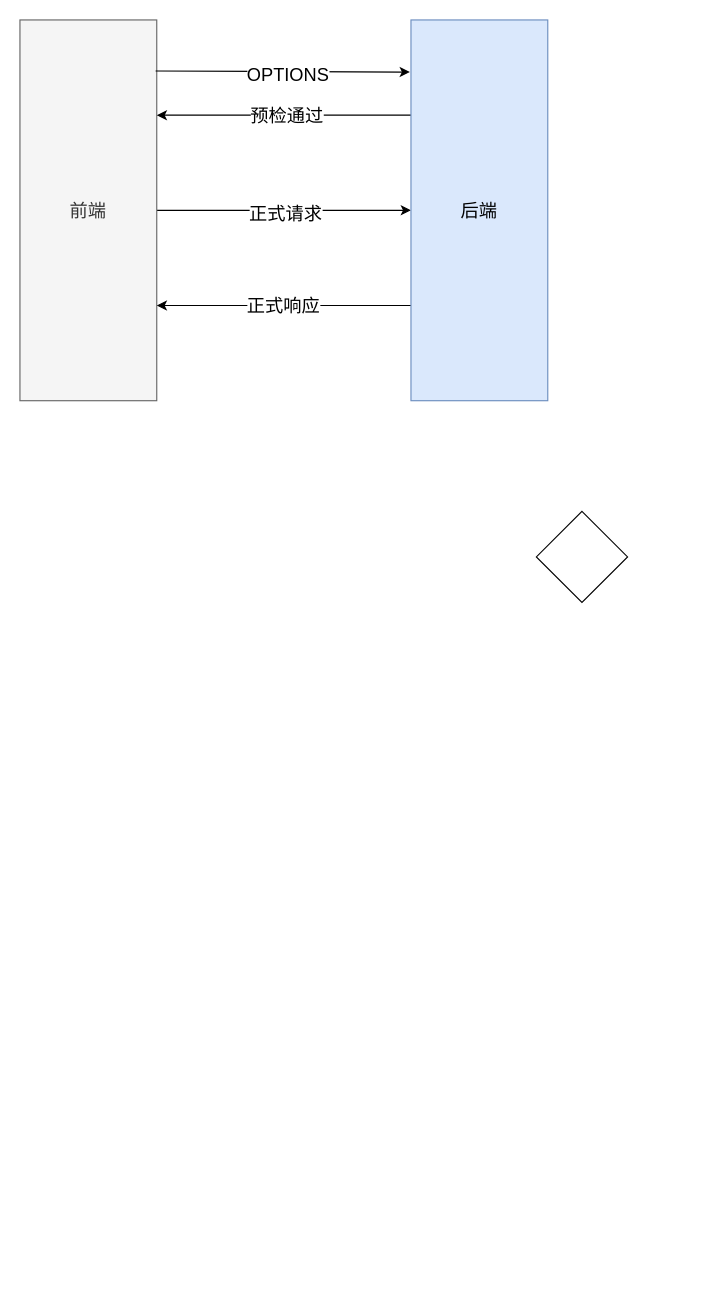
The draw.io diagram page "Page-4" (1 of 4) of Untitled Diagram.drawio in itwanger/drwa.io, before the edit. Source tidied: cells renumbered, new cells numbered last; positions are measured from the earlier drawing's top-left corner, leaving out a move shared by most shapes. Both pictures are drawn from the tidied source at 114%, with x=0, y=0 at pixel (19, 19).
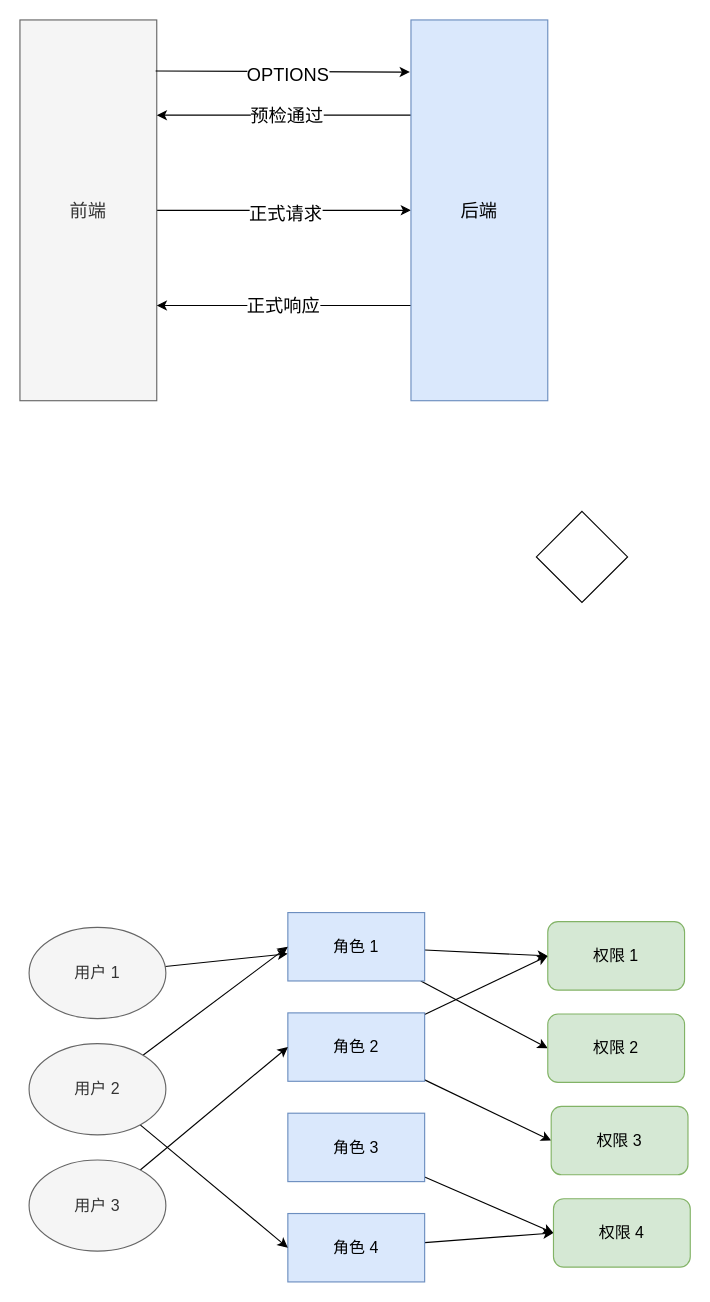
After the change.

What changed in the source:
```diff
@@
+    <mxCell id="13" style="rounded=0;jettySize=auto;html=1;fontSize=14;" parent="1" edge="1" source="14" target="17">
+      <mxGeometry relative="1" as="geometry" />
+    </mxCell>
+    <mxCell id="14" value="用户 1" style="ellipse;whiteSpace=wrap;html=1;fontSize=14;fillColor=#f5f5f5;fontColor=#333333;strokeColor=#666666;" parent="1" vertex="1">
+      <mxGeometry x="8" y="796" width="120" height="80" as="geometry" />
+    </mxCell>
+    <mxCell id="15" style="edgeStyle=none;rounded=0;jettySize=auto;html=1;entryX=0;entryY=0.5;entryDx=0;entryDy=0;fontSize=14;" parent="1" edge="1" source="17" target="18">
+      <mxGeometry relative="1" as="geometry" />
+    </mxCell>
+    <mxCell id="16" style="edgeStyle=none;rounded=0;jettySize=auto;html=1;entryX=0;entryY=0.5;entryDx=0;entryDy=0;fontSize=14;" parent="1" edge="1" source="17" target="26">
+      <mxGeometry relative="1" as="geometry" />
+    </mxCell>
+    <mxCell id="17" value="角色 1" style="rounded=0;whiteSpace=wrap;html=1;fontSize=14;fillColor=#dae8fc;strokeColor=#6c8ebf;" parent="1" vertex="1">
+      <mxGeometry x="235" y="783" width="120" height="60" as="geometry" />
+    </mxCell>
+    <mxCell id="18" value="权限 1" style="rounded=1;whiteSpace=wrap;html=1;fontSize=14;fillColor=#d5e8d4;strokeColor=#82b366;" parent="1" vertex="1">
+      <mxGeometry x="463" y="791" width="120" height="60" as="geometry" />
+    </mxCell>
+    <mxCell id="19" style="edgeStyle=none;rounded=0;jettySize=auto;html=1;entryX=0;entryY=0.5;entryDx=0;entryDy=0;fontSize=14;" parent="1" edge="1" source="21" target="18">
+      <mxGeometry relative="1" as="geometry" />
+    </mxCell>
+    <mxCell id="20" style="edgeStyle=none;rounded=0;jettySize=auto;html=1;entryX=0;entryY=0.5;entryDx=0;entryDy=0;fontSize=14;" parent="1" edge="1" source="21" target="27">
+      <mxGeometry relative="1" as="geometry" />
+    </mxCell>
+    <mxCell id="21" value="角色 2" style="rounded=0;whiteSpace=wrap;html=1;fontSize=14;fillColor=#dae8fc;strokeColor=#6c8ebf;" parent="1" vertex="1">
+      <mxGeometry x="235" y="871" width="120" height="60" as="geometry" />
+    </mxCell>
+    <mxCell id="22" style="edgeStyle=none;rounded=0;jettySize=auto;html=1;entryX=0;entryY=0.5;entryDx=0;entryDy=0;fontSize=14;" parent="1" edge="1" source="23" target="28">
+      <mxGeometry relative="1" as="geometry" />
+    </mxCell>
+    <mxCell id="23" value="角色 3" style="rounded=0;whiteSpace=wrap;html=1;fontSize=14;fillColor=#dae8fc;strokeColor=#6c8ebf;" parent="1" vertex="1">
+      <mxGeometry x="235" y="959" width="120" height="60" as="geometry" />
+    </mxCell>
+    <mxCell id="24" style="edgeStyle=none;rounded=0;jettySize=auto;html=1;entryX=0;entryY=0.5;entryDx=0;entryDy=0;fontSize=14;" parent="1" edge="1" source="25" target="28">
+      <mxGeometry relative="1" as="geometry" />
+    </mxCell>
+    <mxCell id="25" value="角色 4" style="rounded=0;whiteSpace=wrap;html=1;fontSize=14;fillColor=#dae8fc;strokeColor=#6c8ebf;" parent="1" vertex="1">
+      <mxGeometry x="235" y="1047" width="120" height="60" as="geometry" />
+    </mxCell>
+    <mxCell id="26" value="权限 2" style="rounded=1;whiteSpace=wrap;html=1;fontSize=14;fillColor=#d5e8d4;strokeColor=#82b366;" parent="1" vertex="1">
+      <mxGeometry x="463" y="872" width="120" height="60" as="geometry" />
+    </mxCell>
+    <mxCell id="27" value="权限 3" style="rounded=1;whiteSpace=wrap;html=1;fontSize=14;fillColor=#d5e8d4;strokeColor=#82b366;" parent="1" vertex="1">
+      <mxGeometry x="466" y="953" width="120" height="60" as="geometry" />
+    </mxCell>
+    <mxCell id="28" value="权限 4" style="rounded=1;whiteSpace=wrap;html=1;fontSize=14;fillColor=#d5e8d4;strokeColor=#82b366;" parent="1" vertex="1">
+      <mxGeometry x="468" y="1034" width="120" height="60" as="geometry" />
+    </mxCell>
+    <mxCell id="29" style="edgeStyle=none;rounded=0;jettySize=auto;html=1;entryX=0;entryY=0.5;entryDx=0;entryDy=0;fontSize=14;" parent="1" edge="1" source="31" target="17">
+      <mxGeometry relative="1" as="geometry" />
+    </mxCell>
+    <mxCell id="30" style="edgeStyle=none;rounded=0;jettySize=auto;html=1;entryX=0;entryY=0.5;entryDx=0;entryDy=0;fontSize=14;" parent="1" edge="1" source="31" target="25">
+      <mxGeometry relative="1" as="geometry" />
+    </mxCell>
+    <mxCell id="31" value="用户 2" style="ellipse;whiteSpace=wrap;html=1;fontSize=14;fillColor=#f5f5f5;fontColor=#333333;strokeColor=#666666;" parent="1" vertex="1">
+      <mxGeometry x="8" y="898" width="120" height="80" as="geometry" />
+    </mxCell>
+    <mxCell id="32" style="edgeStyle=none;rounded=0;jettySize=auto;html=1;entryX=0;entryY=0.5;entryDx=0;entryDy=0;fontSize=14;" parent="1" edge="1" source="33" target="21">
+      <mxGeometry relative="1" as="geometry" />
+    </mxCell>
+    <mxCell id="33" value="用户 3" style="ellipse;whiteSpace=wrap;html=1;fontSize=14;fillColor=#f5f5f5;fontColor=#333333;strokeColor=#666666;" parent="1" vertex="1">
+      <mxGeometry x="8" y="1000" width="120" height="80" as="geometry" />
+    </mxCell>
```
